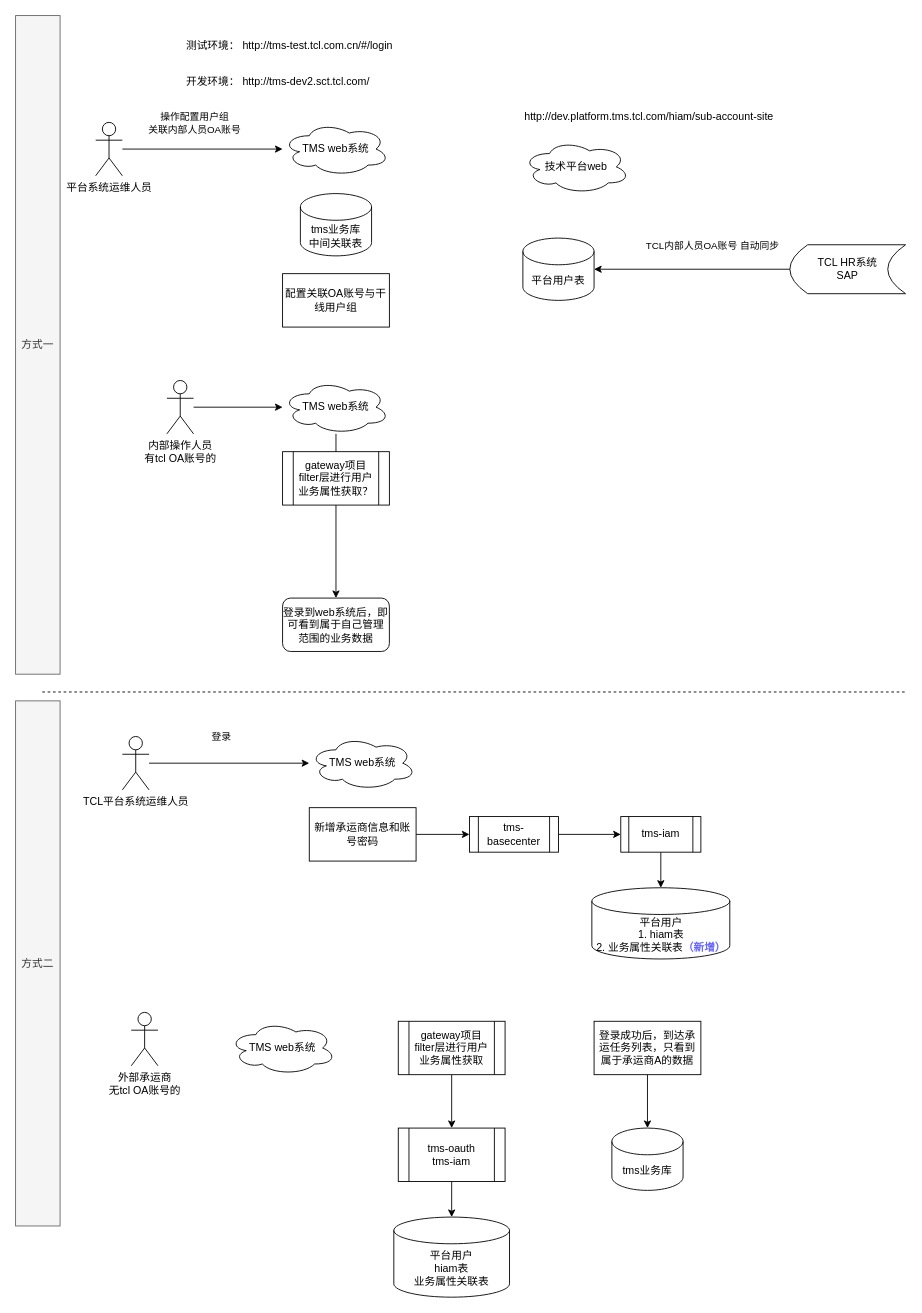
Earlier version of the draw.io diagram page "用户数据权限" (10 of 10) of TMS.drawio (lawplus/diagrams). Source tidied: cells renumbered, new cells numbered last; positions are measured from the earlier drawing's top-left corner, leaving out a move shared by most shapes. Both pictures are drawn from the tidied source at 89%, with x=0, y=0 at pixel (15, 15).
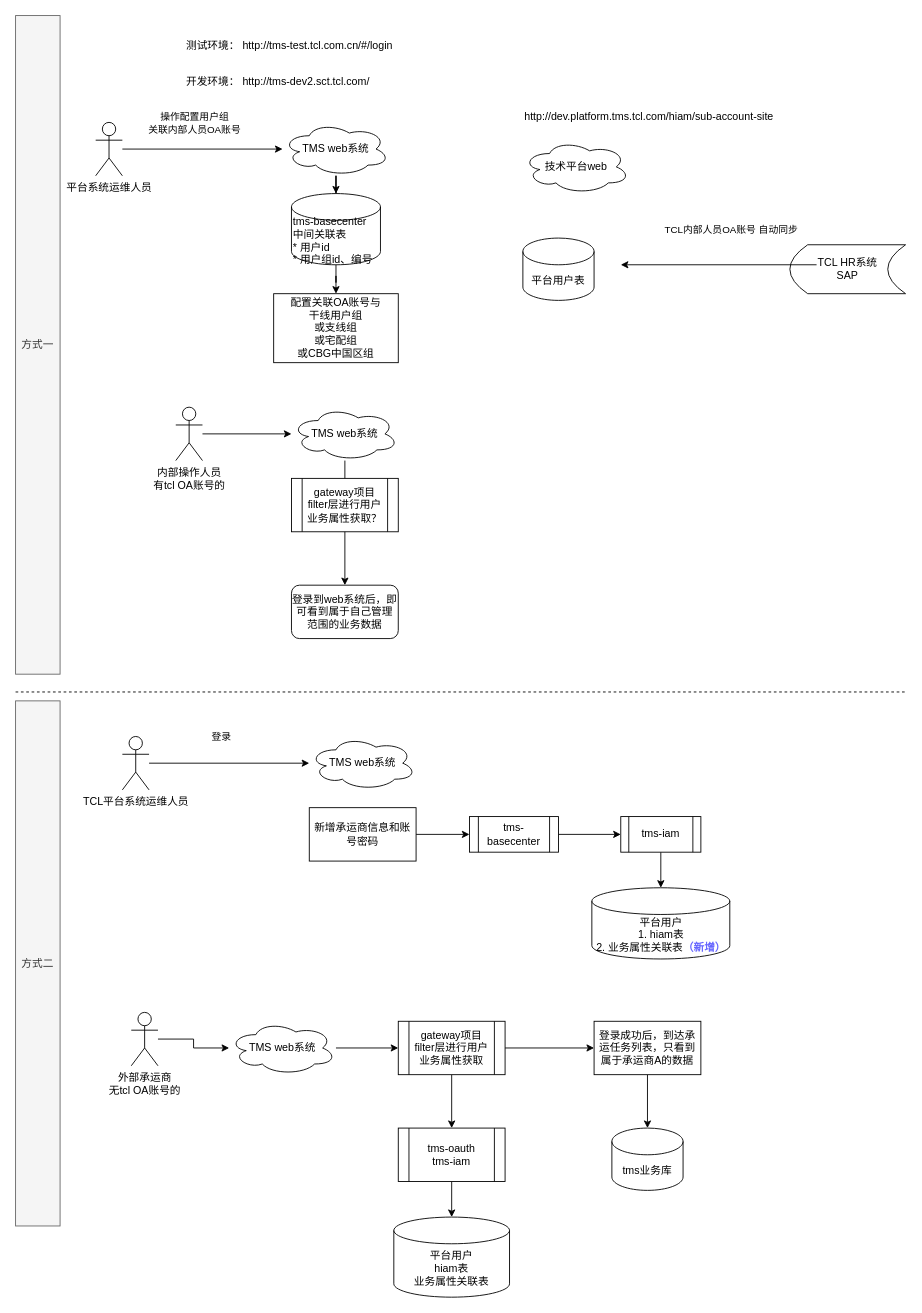
The same diagram, later.

The change refers to these unchanged cells:
```xml
<mxCell id="2" value="平台用户表" style="shape=cylinder3;whiteSpace=wrap;html=1;boundedLbl=1;backgroundOutline=1;size=15;" parent="1" vertex="1">
  <mxGeometry x="570" y="250" width="80" height="70" as="geometry" />
</mxCell>
<mxCell id="4" value="TCL HR系统&lt;br&gt;SAP" style="shape=dataStorage;whiteSpace=wrap;html=1;fixedSize=1;" parent="1" vertex="1">
  <mxGeometry x="870" y="257.5" width="130" height="55" as="geometry" />
</mxCell>
<mxCell id="8" value="TMS web系统" style="ellipse;shape=cloud;whiteSpace=wrap;html=1;" parent="1" vertex="1">
  <mxGeometry x="300" y="120" width="120" height="60" as="geometry" />
</mxCell>
<mxCell id="22" value="外部承运商&lt;br&gt;无tcl OA账号的" style="shape=umlActor;verticalLabelPosition=bottom;verticalAlign=top;html=1;outlineConnect=0;" parent="1" vertex="1">
  <mxGeometry x="130" y="1120" width="30" height="60" as="geometry" />
</mxCell>
<mxCell id="23" value="TMS web系统" style="ellipse;shape=cloud;whiteSpace=wrap;html=1;" parent="1" vertex="1">
  <mxGeometry x="240" y="1130" width="120" height="60" as="geometry" />
</mxCell>
<mxCell id="25" value="gateway项目&lt;br&gt;filter层进行用户业务属性获取" style="shape=process;whiteSpace=wrap;html=1;backgroundOutline=1;" parent="1" vertex="1">
  <mxGeometry x="430" y="1130" width="120" height="60" as="geometry" />
</mxCell>
<mxCell id="30" value="登录成功后，到达承运任务列表，只看到属于承运商A的数据" style="rounded=0;whiteSpace=wrap;html=1;" parent="1" vertex="1">
  <mxGeometry x="650" y="1130" width="120" height="60" as="geometry" />
</mxCell>
```

Change to the diagram source:
```diff
@@
-    <mxCell id="5" style="endArrow=classic;html=1;rounded=0;entryX=1;entryY=0.5;entryDx=0;entryDy=0;entryPerimeter=0;" parent="1" edge="1" source="4" target="2">
-      <mxGeometry relative="1" as="geometry" />
+    <mxCell id="5" style="endArrow=classic;html=1;rounded=0;entryX=1;entryY=0.5;entryDx=0;entryDy=0;entryPerimeter=0;" parent="1" edge="1">
+      <mxGeometry relative="1" as="geometry">
+        <mxPoint x="900" y="280" as="sourcePoint" />
+        <mxPoint x="680" y="280" as="targetPoint" />
+      </mxGeometry>
     </mxCell>
     <mxCell id="6" value="TCL内部人员OA账号 自动同步" style="edgeLabel;html=1;align=center;verticalAlign=middle;" parent="5" vertex="1">
       <mxGeometry x="-0.48" relative="1" as="geometry">
-        <mxPoint x="-31" y="-27" as="offset" />
+        <mxPoint x="-40" y="-40" as="offset" />
       </mxGeometry>
     </mxCell>
@@
+    <mxCell id="46" style="edgeStyle=orthogonalEdgeStyle;rounded=0;jettySize=auto;html=1;fontColor=#6666FF;" parent="1" edge="1" source="8" target="9">
+      <mxGeometry relative="1" as="geometry" />
+    </mxCell>
@@
+    <mxCell id="47" style="edgeStyle=orthogonalEdgeStyle;rounded=0;jettySize=auto;html=1;fontColor=#6666FF;" parent="1" edge="1" source="9" target="13">
+      <mxGeometry relative="1" as="geometry" />
+    </mxCell>
-    <mxCell id="9" value="tms业务库&lt;br&gt;中间关联表" style="shape=cylinder3;whiteSpace=wrap;html=1;boundedLbl=1;backgroundOutline=1;size=15;" parent="1" vertex="1">
-      <mxGeometry x="320" y="200" width="80" height="70" as="geometry" />
+    <mxCell id="9" value="tms-basecenter&lt;br&gt;中间关联表&lt;br&gt;* 用户id&lt;br&gt;* 用户组id、编号" style="shape=cylinder3;whiteSpace=wrap;html=1;boundedLbl=1;backgroundOutline=1;size=15;align=left;" parent="1" vertex="1">
+      <mxGeometry x="310" y="200" width="100" height="80" as="geometry" />
     </mxCell>
@@
-    <mxCell id="13" value="配置关联OA账号与干线用户组" style="rounded=0;whiteSpace=wrap;html=1;" parent="1" vertex="1">
-      <mxGeometry x="300" y="290" width="120" height="60" as="geometry" />
+    <mxCell id="13" value="配置关联OA账号与&lt;br&gt;干线用户组&lt;br&gt;或支线组&lt;br&gt;或宅配组&lt;br&gt;或CBG中国区组" style="rounded=0;whiteSpace=wrap;html=1;" parent="1" vertex="1">
+      <mxGeometry x="290" y="312.5" width="140" height="77.5" as="geometry" />
     </mxCell>
@@
     <mxCell id="15" value="内部操作人员&lt;br&gt;有tcl OA账号的" style="shape=umlActor;verticalLabelPosition=bottom;verticalAlign=top;html=1;outlineConnect=0;" parent="1" vertex="1">
-      <mxGeometry x="170" y="410" width="30" height="60" as="geometry" />
+      <mxGeometry x="180" y="440" width="30" height="60" as="geometry" />
     </mxCell>
@@
     <mxCell id="17" value="TMS web系统" style="ellipse;shape=cloud;whiteSpace=wrap;html=1;" parent="1" vertex="1">
-      <mxGeometry x="300" y="410" width="120" height="60" as="geometry" />
+      <mxGeometry x="310" y="440" width="120" height="60" as="geometry" />
     </mxCell>
     <mxCell id="18" value="登录到web系统后，即可看到属于自己管理范围的业务数据" style="rounded=1;whiteSpace=wrap;html=1;" parent="1" vertex="1">
-      <mxGeometry x="300" y="654.5" width="120" height="60" as="geometry" />
+      <mxGeometry x="310" y="640" width="120" height="60" as="geometry" />
     </mxCell>
@@
     <mxCell id="21" value="gateway项目&lt;br&gt;filter层进行用户业务属性获取？" style="shape=process;whiteSpace=wrap;html=1;backgroundOutline=1;" parent="1" vertex="1">
-      <mxGeometry x="300" y="490" width="120" height="60" as="geometry" />
+      <mxGeometry x="310" y="520" width="120" height="60" as="geometry" />
     </mxCell>
+    <mxCell id="48" style="edgeStyle=orthogonalEdgeStyle;rounded=0;jettySize=auto;html=1;fontColor=#6666FF;" parent="1" edge="1" source="22" target="23">
+      <mxGeometry relative="1" as="geometry" />
+    </mxCell>
@@
+    <mxCell id="49" style="edgeStyle=orthogonalEdgeStyle;rounded=0;jettySize=auto;html=1;fontColor=#6666FF;" parent="1" edge="1" source="23" target="25">
+      <mxGeometry relative="1" as="geometry" />
+    </mxCell>
@@
+    <mxCell id="50" style="edgeStyle=orthogonalEdgeStyle;rounded=0;jettySize=auto;html=1;fontColor=#6666FF;" parent="1" edge="1" source="25" target="30">
+      <mxGeometry relative="1" as="geometry" />
+    </mxCell>
@@
     <mxCell id="32" style="endArrow=none;dashed=1;html=1;rounded=0;" parent="1" edge="1">
       <mxGeometry relative="1" as="geometry">
-        <mxPoint x="30" y="760" as="sourcePoint" />
+        <mxPoint y="760" as="sourcePoint" />
         <mxPoint x="1000" y="760" as="targetPoint" />
       </mxGeometry>
     </mxCell>
```
